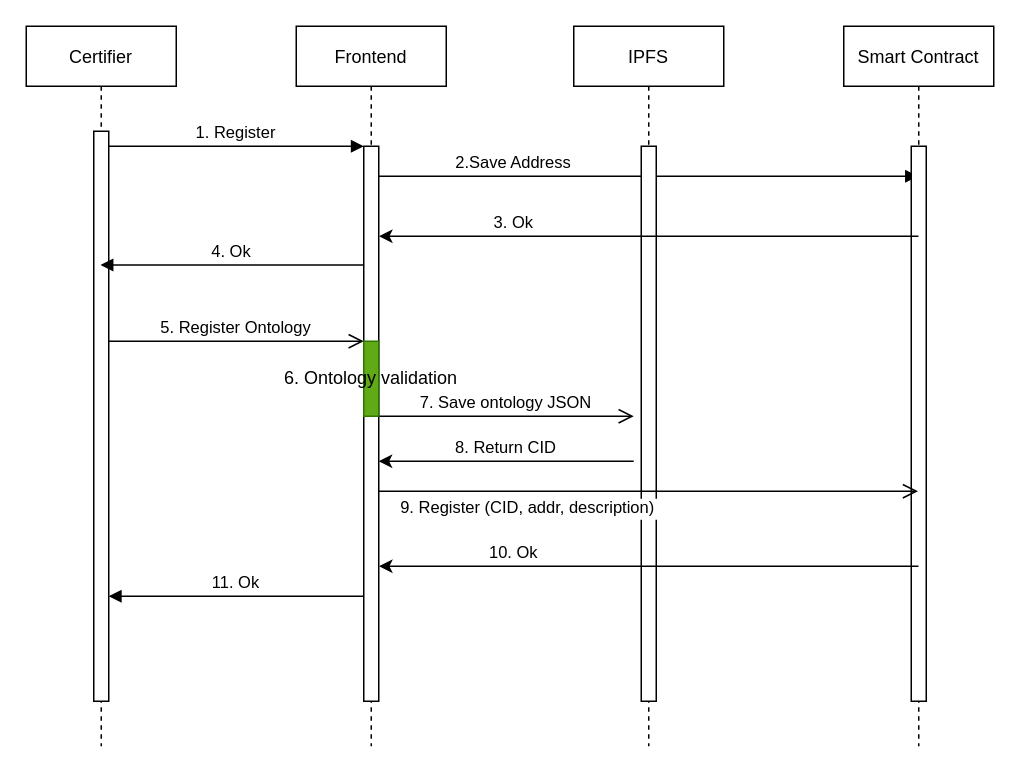
Before: diagrams/sequence_diagram/certifier.drawio in taia-x/taia-x, a draw.io diagram. Source tidied: cells renumbered, new cells numbered last; positions are measured from the earlier drawing's top-left corner, leaving out a move shared by most shapes. Both pictures are drawn from the tidied source at 150%, with x=0, y=0 at pixel (26, 26).
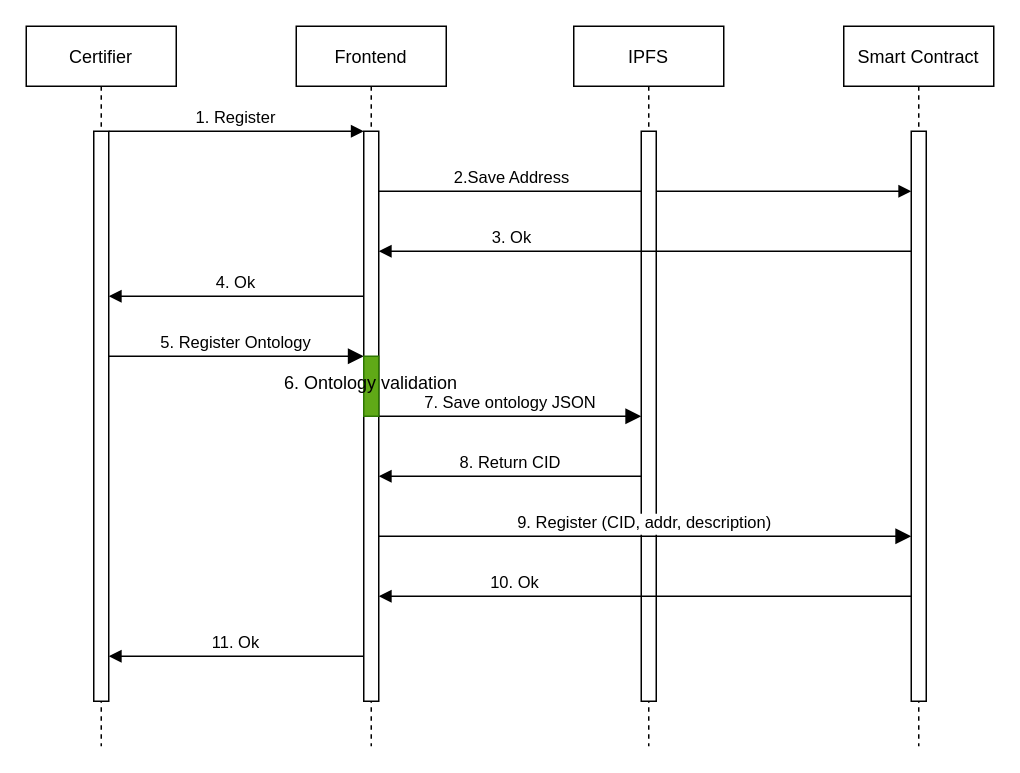
After the change.

Commit message (it also covers changes not shown here):
added consumer diagram

Unchanged cells that the change refers to:
```xml
<mxCell id="2" value="Certifier" style="shape=umlLifeline;perimeter=lifelinePerimeter;rounded=0;shadow=0;strokeWidth=1;" parent="1" vertex="1">
  <mxGeometry width="100" height="480" as="geometry" />
</mxCell>
<mxCell id="3" style="points=[];perimeter=orthogonalPerimeter;rounded=0;shadow=0;strokeWidth=1;" parent="2" vertex="1">
  <mxGeometry x="45" y="70" width="10" height="380" as="geometry" />
</mxCell>
<mxCell id="4" value="Frontend" style="shape=umlLifeline;perimeter=lifelinePerimeter;rounded=0;shadow=0;strokeWidth=1;" parent="1" vertex="1">
  <mxGeometry x="180" width="100" height="480" as="geometry" />
</mxCell>
<mxCell id="8" value="IPFS" style="shape=umlLifeline;perimeter=lifelinePerimeter;rounded=0;shadow=0;strokeWidth=1;" parent="1" vertex="1">
  <mxGeometry x="365" width="100" height="480" as="geometry" />
</mxCell>
<mxCell id="10" value="Smart Contract" style="shape=umlLifeline;perimeter=lifelinePerimeter;rounded=0;shadow=0;strokeWidth=1;" parent="1" vertex="1">
  <mxGeometry x="545" width="100" height="480" as="geometry" />
</mxCell>
```

Diff of the diagram source:
```diff
@@
     <mxCell id="5" style="points=[];perimeter=orthogonalPerimeter;rounded=0;shadow=0;strokeWidth=1;" parent="4" vertex="1">
-      <mxGeometry x="45" y="80" width="10" height="370" as="geometry" />
+      <mxGeometry x="45" y="70" width="10" height="380" as="geometry" />
     </mxCell>
@@
-    <mxCell id="7" value="2.Save Address" style="verticalAlign=bottom;endArrow=block;shadow=0;strokeWidth=1;" parent="1" edge="1" source="5" target="10">
+    <mxCell id="7" value="2.Save Address" style="verticalAlign=bottom;endArrow=block;shadow=0;strokeWidth=1;" parent="1" edge="1" source="5" target="11">
       <mxGeometry x="-0.5" relative="1" as="geometry">
         <Array as="points">
-          <mxPoint x="495" y="100" />
+          <mxPoint x="385" y="110" />
+          <mxPoint x="495" y="110" />
         </Array>
       </mxGeometry>
     </mxCell>
@@
     <mxCell id="9" style="points=[];perimeter=orthogonalPerimeter;rounded=0;shadow=0;strokeWidth=1;" parent="8" vertex="1">
-      <mxGeometry x="45" y="80" width="10" height="370" as="geometry" />
+      <mxGeometry x="45" y="70" width="10" height="380" as="geometry" />
     </mxCell>
@@
     <mxCell id="11" style="points=[];perimeter=orthogonalPerimeter;rounded=0;shadow=0;strokeWidth=1;" parent="10" vertex="1">
-      <mxGeometry x="45" y="80" width="10" height="370" as="geometry" />
+      <mxGeometry x="45" y="70" width="10" height="380" as="geometry" />
     </mxCell>
-    <mxCell id="12" value="4. Ok" style="verticalAlign=bottom;endArrow=block;shadow=0;strokeWidth=1;exitX=0;exitY=0.214;exitDx=0;exitDy=0;exitPerimeter=0;" parent="1" edge="1" source="5" target="2">
-      <mxGeometry relative="1" as="geometry" />
+    <mxCell id="12" value="4. Ok" style="verticalAlign=bottom;endArrow=block;shadow=0;strokeWidth=1;" parent="1" edge="1" source="5" target="3">
+      <mxGeometry relative="1" as="geometry">
+        <Array as="points">
+          <mxPoint x="155" y="180" />
+        </Array>
+      </mxGeometry>
     </mxCell>
-    <mxCell id="13" value="3. Ok" style="verticalAlign=bottom;endArrow=none;shadow=0;strokeWidth=1;startArrow=classic;startFill=1;endFill=0;" parent="1" edge="1">
+    <mxCell id="13" value="3. Ok" style="verticalAlign=bottom;endArrow=none;shadow=0;strokeWidth=1;startArrow=block;startFill=1;endFill=0;" parent="1" edge="1" source="5" target="11">
       <mxGeometry x="-0.5" relative="1" as="geometry">
-        <mxPoint x="235.2" y="140" as="sourcePoint" />
-        <mxPoint x="594.8" y="140" as="targetPoint" />
         <Array as="points">
-          <mxPoint x="495.2" y="140" />
+          <mxPoint x="305" y="150" />
+          <mxPoint x="495" y="150" />
         </Array>
       </mxGeometry>
     </mxCell>
-    <mxCell id="14" value="5. Register Ontology" style="verticalAlign=bottom;endArrow=open;endSize=8;shadow=0;strokeWidth=1;" parent="1" edge="1">
+    <mxCell id="14" value="5. Register Ontology" style="verticalAlign=bottom;endArrow=block;endSize=8;shadow=0;strokeWidth=1;endFill=1;" parent="1" edge="1">
       <mxGeometry relative="1" as="geometry">
-        <mxPoint x="55" y="210" as="sourcePoint" />
-        <mxPoint x="225" y="210" as="targetPoint" />
+        <mxPoint x="55" y="220" as="sourcePoint" />
+        <mxPoint x="225" y="220" as="targetPoint" />
       </mxGeometry>
     </mxCell>
-    <mxCell id="15" value="7. Save ontology JSON" style="verticalAlign=bottom;endArrow=open;endSize=8;shadow=0;strokeWidth=1;" parent="1" edge="1">
+    <mxCell id="15" value="7. Save ontology JSON" style="verticalAlign=bottom;endArrow=block;endSize=8;shadow=0;strokeWidth=1;endFill=1;" parent="1" edge="1" target="9">
       <mxGeometry relative="1" as="geometry">
         <mxPoint x="235" y="260" as="sourcePoint" />
-        <mxPoint x="405" y="260" as="targetPoint" />
       </mxGeometry>
     </mxCell>
-    <mxCell id="16" value="9. Register (CID, addr, description) " style="verticalAlign=bottom;endArrow=open;endSize=8;shadow=0;strokeWidth=1;" parent="1" edge="1" target="10">
-      <mxGeometry x="-0.44" y="-20" relative="1" as="geometry">
-        <mxPoint x="235" y="310" as="sourcePoint" />
+    <mxCell id="16" value="9. Register (CID, addr, description) " style="verticalAlign=bottom;endArrow=block;endSize=8;shadow=0;strokeWidth=1;endFill=1;" parent="1" edge="1" source="5" target="11">
+      <mxGeometry x="0.01" relative="1" as="geometry">
+        <Array as="points">
+          <mxPoint x="445" y="340" />
+        </Array>
       </mxGeometry>
     </mxCell>
-    <mxCell id="17" value="8. Return CID" style="verticalAlign=bottom;endArrow=none;endSize=8;shadow=0;strokeWidth=1;endFill=0;startArrow=classic;startFill=1;" parent="1" edge="1">
+    <mxCell id="17" value="8. Return CID" style="verticalAlign=bottom;endArrow=none;endSize=8;shadow=0;strokeWidth=1;endFill=0;startArrow=block;startFill=1;" parent="1" edge="1" source="5" target="9">
       <mxGeometry relative="1" as="geometry">
-        <mxPoint x="235" y="290" as="sourcePoint" />
-        <mxPoint x="405" y="290" as="targetPoint" />
+        <Array as="points">
+          <mxPoint x="365" y="300" />
+        </Array>
       </mxGeometry>
     </mxCell>
     <mxCell id="18" style="perimeter=orthogonalPerimeter;rounded=0;shadow=0;strokeWidth=1;fillColor=#60a917;strokeColor=#2D7600;fontColor=#ffffff;" parent="1" vertex="1">
-      <mxGeometry x="225" y="210" width="10" height="50" as="geometry" />
+      <mxGeometry x="225" y="220" width="10" height="40" as="geometry" />
     </mxCell>
     <mxCell id="19" value="6. Ontology validation" style="text;html=1;strokeColor=none;fillColor=none;align=center;verticalAlign=middle;whiteSpace=wrap;rounded=0;" parent="1" vertex="1">
-      <mxGeometry x="170" y="225" width="120" height="20" as="geometry" />
+      <mxGeometry x="170" y="228" width="120" height="20" as="geometry" />
     </mxCell>
-    <mxCell id="20" value="10. Ok" style="verticalAlign=bottom;endArrow=none;shadow=0;strokeWidth=1;startArrow=classic;startFill=1;endFill=0;" parent="1" edge="1">
-      <mxGeometry x="-0.5" relative="1" as="geometry">
-        <mxPoint x="235.2" y="360" as="sourcePoint" />
-        <mxPoint x="594.8" y="360" as="targetPoint" />
+    <mxCell id="20" value="10. Ok" style="verticalAlign=bottom;endArrow=none;shadow=0;strokeWidth=1;startArrow=block;startFill=1;endFill=0;" parent="1" edge="1" source="5" target="11">
+      <mxGeometry x="-0.49" relative="1" as="geometry">
         <Array as="points">
-          <mxPoint x="495.2" y="360" />
+          <mxPoint x="455" y="380" />
+          <mxPoint x="475" y="380" />
+          <mxPoint x="495" y="380" />
         </Array>
       </mxGeometry>
     </mxCell>
     <mxCell id="21" value="11. Ok" style="verticalAlign=bottom;endArrow=block;shadow=0;strokeWidth=1;exitX=0;exitY=0.214;exitDx=0;exitDy=0;exitPerimeter=0;" parent="1" edge="1">
       <mxGeometry relative="1" as="geometry">
-        <mxPoint x="225" y="380" as="sourcePoint" />
-        <mxPoint x="55" y="380" as="targetPoint" />
+        <mxPoint x="225" y="420" as="sourcePoint" />
+        <mxPoint x="55" y="420" as="targetPoint" />
       </mxGeometry>
     </mxCell>
```
